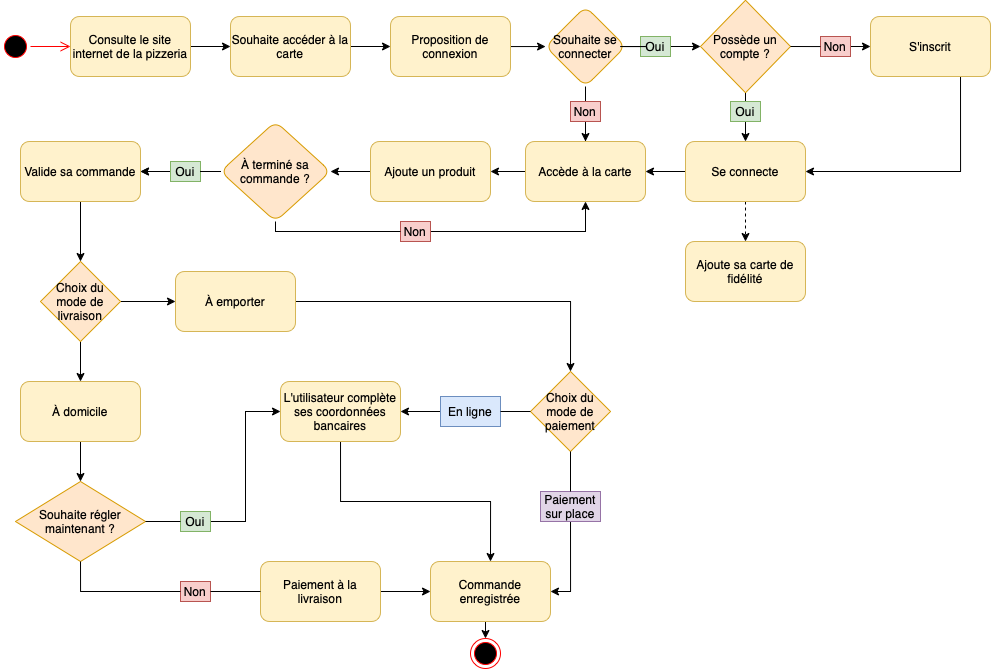
The draw.io diagram cycleviecommande.drawio.png in YvesC88/Project-6, before a commit. Source tidied: cells renumbered, new cells last; positions are measured from the earlier drawing's top-left corner, leaving out a move shared by most shapes.
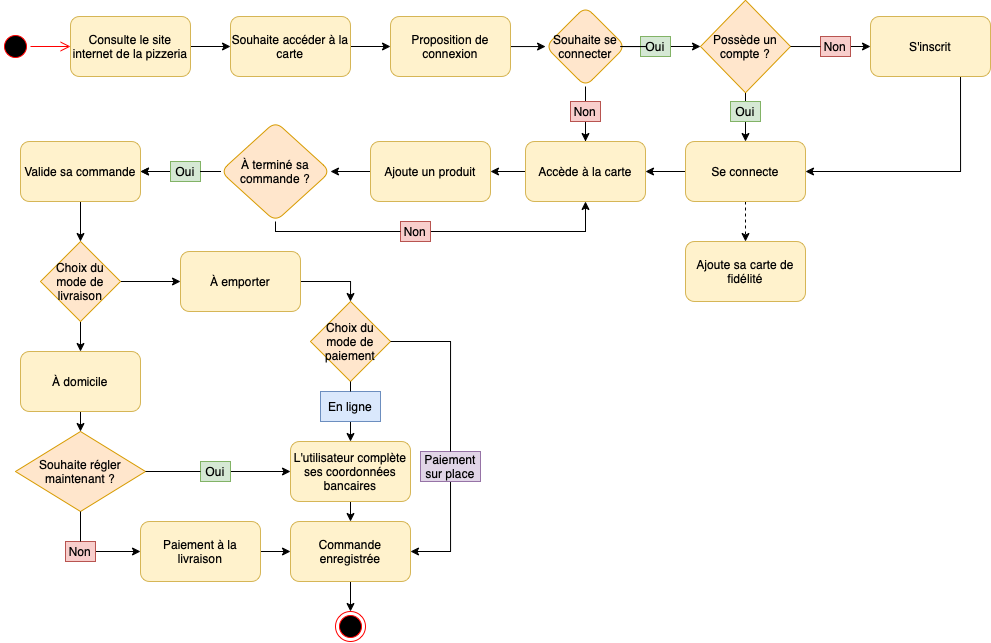
The same diagram one commit later.

Commit message:
changes on the diagram "order lifecycle"

Change to the diagram source:
```diff
@@ -149,82 +149,86 @@
       <mxGeometry relative="1" as="geometry" />
     </mxCell>
     <mxCell id="46" style="edgeStyle=orthogonalEdgeStyle;rounded=0;jettySize=auto;html=1;exitX=1;exitY=0.5;exitDx=0;exitDy=0;entryX=0.5;entryY=0;entryDx=0;entryDy=0;endArrow=classic;endFill=1;" parent="1" edge="1" source="47" target="50">
-      <mxGeometry relative="1" as="geometry" />
+      <mxGeometry relative="1" as="geometry">
+        <Array as="points">
+          <mxPoint x="350" y="281" />
+        </Array>
+      </mxGeometry>
     </mxCell>
     <mxCell id="47" value="&lt;span&gt;À emporter&lt;/span&gt;" style="rounded=1;whiteSpace=wrap;html=1;fillColor=#fff2cc;strokeColor=#d6b656;" parent="1" vertex="1">
-      <mxGeometry x="175" y="271" width="120" height="60" as="geometry" />
+      <mxGeometry x="180" y="251" width="120" height="60" as="geometry" />
     </mxCell>
-    <mxCell id="48" style="edgeStyle=orthogonalEdgeStyle;rounded=0;jettySize=auto;html=1;exitX=0.5;exitY=1;exitDx=0;exitDy=0;entryX=1;entryY=0.5;entryDx=0;entryDy=0;endArrow=classic;endFill=1;startArrow=none;" parent="1" edge="1" source="67" target="56">
-      <mxGeometry relative="1" as="geometry" />
-    </mxCell>
-    <mxCell id="49" style="edgeStyle=orthogonalEdgeStyle;rounded=0;jettySize=auto;html=1;exitX=0;exitY=0.5;exitDx=0;exitDy=0;entryX=1;entryY=0.5;entryDx=0;entryDy=0;endArrow=classic;endFill=1;startArrow=none;" parent="1" edge="1" source="70" target="54">
+    <mxCell id="49" style="edgeStyle=orthogonalEdgeStyle;rounded=0;jettySize=auto;html=1;exitX=0.5;exitY=1;exitDx=0;exitDy=0;entryX=0.5;entryY=0;entryDx=0;entryDy=0;endArrow=classic;endFill=1;startArrow=none;" parent="1" edge="1" source="70" target="54">
       <mxGeometry relative="1" as="geometry" />
     </mxCell>
     <mxCell id="50" value="Choix du mode de paiement" style="rhombus;whiteSpace=wrap;html=1;fillColor=#ffe6cc;strokeColor=#d79b00;" parent="1" vertex="1">
-      <mxGeometry x="530" y="371" width="80" height="80" as="geometry" />
+      <mxGeometry x="310" y="301" width="80" height="80" as="geometry" />
     </mxCell>
     <mxCell id="51" style="edgeStyle=orthogonalEdgeStyle;rounded=0;jettySize=auto;html=1;exitX=0.5;exitY=1;exitDx=0;exitDy=0;entryX=0.5;entryY=0;entryDx=0;entryDy=0;endArrow=classic;endFill=1;" parent="1" edge="1" source="52" target="58">
       <mxGeometry relative="1" as="geometry" />
     </mxCell>
     <mxCell id="52" value="&lt;span&gt;À domicile&lt;/span&gt;" style="rounded=1;whiteSpace=wrap;html=1;fillColor=#fff2cc;strokeColor=#d6b656;" parent="1" vertex="1">
-      <mxGeometry x="20" y="381" width="120" height="60" as="geometry" />
+      <mxGeometry x="20" y="351" width="120" height="60" as="geometry" />
     </mxCell>
     <mxCell id="53" style="edgeStyle=orthogonalEdgeStyle;rounded=0;jettySize=auto;html=1;exitX=0.5;exitY=1;exitDx=0;exitDy=0;entryX=0.5;entryY=0;entryDx=0;entryDy=0;endArrow=classic;endFill=1;" parent="1" edge="1" source="54" target="56">
       <mxGeometry relative="1" as="geometry" />
     </mxCell>
     <mxCell id="54" value="L'utilisateur complète ses coordonnées bancaires" style="rounded=1;whiteSpace=wrap;html=1;fillColor=#fff2cc;strokeColor=#d6b656;" parent="1" vertex="1">
-      <mxGeometry x="280" y="381" width="120" height="60" as="geometry" />
+      <mxGeometry x="290" y="441" width="120" height="60" as="geometry" />
     </mxCell>
     <mxCell id="55" style="edgeStyle=orthogonalEdgeStyle;rounded=0;jettySize=auto;html=1;exitX=0.5;exitY=1;exitDx=0;exitDy=0;entryX=0.5;entryY=0;entryDx=0;entryDy=0;endArrow=classic;endFill=1;" parent="1" edge="1" source="56" target="57">
       <mxGeometry relative="1" as="geometry" />
     </mxCell>
     <mxCell id="56" value="Commande enregistrée" style="rounded=1;whiteSpace=wrap;html=1;fillColor=#fff2cc;strokeColor=#d6b656;" parent="1" vertex="1">
-      <mxGeometry x="430" y="561" width="120" height="60" as="geometry" />
+      <mxGeometry x="290" y="521" width="120" height="60" as="geometry" />
     </mxCell>
     <mxCell id="57" style="ellipse;html=1;shape=endState;fillColor=#000000;strokeColor=#ff0000;" parent="1" vertex="1">
-      <mxGeometry x="470" y="638" width="30" height="30" as="geometry" />
+      <mxGeometry x="335" y="611" width="30" height="30" as="geometry" />
     </mxCell>
+    <mxCell id="63" style="edgeStyle=orthogonalEdgeStyle;rounded=0;jettySize=auto;html=1;exitX=1;exitY=0.5;exitDx=0;exitDy=0;entryX=0;entryY=0.5;entryDx=0;entryDy=0;endArrow=classic;endFill=1;startArrow=none;" parent="1" edge="1" source="59" target="62">
+      <mxGeometry relative="1" as="geometry" />
+    </mxCell>
     <mxCell id="58" value="Souhaite régler maintenant ?" style="rhombus;whiteSpace=wrap;html=1;fillColor=#ffe6cc;strokeColor=#d79b00;" parent="1" vertex="1">
-      <mxGeometry x="15" y="481" width="130" height="80" as="geometry" />
+      <mxGeometry x="15" y="431" width="130" height="80" as="geometry" />
     </mxCell>
-    <mxCell id="59" value="Non" style="text;html=1;strokeColor=#b85450;fillColor=#f8cecc;align=center;verticalAlign=middle;whiteSpace=wrap;rounded=0;" parent="1" vertex="1">
-      <mxGeometry x="180" y="581" width="30" height="20" as="geometry" />
-    </mxCell>
-    <mxCell id="60" style="edgeStyle=orthogonalEdgeStyle;rounded=0;jettySize=auto;html=1;exitX=0.5;exitY=1;exitDx=0;exitDy=0;entryX=0;entryY=0.5;entryDx=0;entryDy=0;endArrow=none;endFill=1;" parent="1" edge="1" source="58" target="59">
-      <mxGeometry relative="1" as="geometry" />
-    </mxCell>
     <mxCell id="61" style="edgeStyle=orthogonalEdgeStyle;rounded=0;jettySize=auto;html=1;exitX=1;exitY=0.5;exitDx=0;exitDy=0;entryX=0;entryY=0.5;entryDx=0;entryDy=0;endArrow=classic;endFill=1;" parent="1" edge="1" source="62" target="56">
       <mxGeometry relative="1" as="geometry" />
     </mxCell>
     <mxCell id="62" value="&lt;span&gt;Paiement à la livraison&lt;/span&gt;" style="rounded=1;whiteSpace=wrap;html=1;fillColor=#fff2cc;strokeColor=#d6b656;" parent="1" vertex="1">
-      <mxGeometry x="260" y="561" width="120" height="60" as="geometry" />
+      <mxGeometry x="140" y="521" width="120" height="60" as="geometry" />
     </mxCell>
-    <mxCell id="63" style="edgeStyle=orthogonalEdgeStyle;rounded=0;jettySize=auto;html=1;exitX=1;exitY=0.5;exitDx=0;exitDy=0;entryX=0;entryY=0.5;entryDx=0;entryDy=0;endArrow=none;endFill=0;" parent="1" edge="1" source="59" target="62">
-      <mxGeometry relative="1" as="geometry" />
-    </mxCell>
     <mxCell id="64" style="edgeStyle=orthogonalEdgeStyle;rounded=0;jettySize=auto;html=1;exitX=1;exitY=0.5;exitDx=0;exitDy=0;entryX=0;entryY=0.5;entryDx=0;entryDy=0;endArrow=classic;endFill=1;" parent="1" edge="1" source="65" target="54">
       <mxGeometry relative="1" as="geometry" />
     </mxCell>
     <mxCell id="65" value="Oui" style="text;html=1;strokeColor=#82b366;fillColor=#d5e8d4;align=center;verticalAlign=middle;whiteSpace=wrap;rounded=0;" parent="1" vertex="1">
-      <mxGeometry x="180" y="511" width="30" height="20" as="geometry" />
+      <mxGeometry x="200" y="461" width="30" height="20" as="geometry" />
     </mxCell>
     <mxCell id="66" style="edgeStyle=orthogonalEdgeStyle;rounded=0;jettySize=auto;html=1;exitX=1;exitY=0.5;exitDx=0;exitDy=0;entryX=0;entryY=0.5;entryDx=0;entryDy=0;endArrow=none;endFill=1;startArrow=none;" parent="1" edge="1" source="58" target="65">
       <mxGeometry relative="1" as="geometry" />
     </mxCell>
-    <mxCell id="67" value="Paiement sur place" style="text;html=1;strokeColor=#9673a6;fillColor=#e1d5e7;align=center;verticalAlign=middle;whiteSpace=wrap;rounded=0;" parent="1" vertex="1">
-      <mxGeometry x="540" y="491" width="60" height="30" as="geometry" />
-    </mxCell>
-    <mxCell id="68" style="edgeStyle=orthogonalEdgeStyle;rounded=0;jettySize=auto;html=1;exitX=0.5;exitY=1;exitDx=0;exitDy=0;entryX=0.5;entryY=0;entryDx=0;entryDy=0;endArrow=none;endFill=1;" parent="1" edge="1" source="50" target="67">
-      <mxGeometry relative="1" as="geometry" />
-    </mxCell>
     <mxCell id="69" value="&lt;span&gt;Choix du mode de livraison&lt;/span&gt;" style="rhombus;whiteSpace=wrap;html=1;fillColor=#ffe6cc;strokeColor=#d79b00;" parent="1" vertex="1">
-      <mxGeometry x="40" y="261" width="80" height="80" as="geometry" />
+      <mxGeometry x="40" y="241" width="80" height="80" as="geometry" />
     </mxCell>
     <mxCell id="70" value="En ligne" style="text;html=1;strokeColor=#6c8ebf;fillColor=#dae8fc;align=center;verticalAlign=middle;whiteSpace=wrap;rounded=0;" parent="1" vertex="1">
-      <mxGeometry x="440" y="396" width="60" height="30" as="geometry" />
+      <mxGeometry x="320" y="391" width="60" height="30" as="geometry" />
     </mxCell>
-    <mxCell id="71" style="edgeStyle=orthogonalEdgeStyle;rounded=0;jettySize=auto;html=1;exitX=0;exitY=0.5;exitDx=0;exitDy=0;entryX=1;entryY=0.5;entryDx=0;entryDy=0;endArrow=none;endFill=1;" parent="1" edge="1" source="50" target="70">
+    <mxCell id="71" style="edgeStyle=orthogonalEdgeStyle;rounded=0;jettySize=auto;html=1;exitX=0.5;exitY=1;exitDx=0;exitDy=0;entryX=0.5;entryY=0;entryDx=0;entryDy=0;endArrow=none;endFill=1;" parent="1" edge="1" source="50" target="70">
       <mxGeometry relative="1" as="geometry" />
     </mxCell>
+    <mxCell id="59" value="Non" style="text;html=1;strokeColor=#b85450;fillColor=#f8cecc;align=center;verticalAlign=middle;whiteSpace=wrap;rounded=0;" parent="1" vertex="1">
+      <mxGeometry x="65" y="541" width="30" height="20" as="geometry" />
+    </mxCell>
+    <mxCell id="60" style="edgeStyle=orthogonalEdgeStyle;rounded=0;jettySize=auto;html=1;exitX=0.5;exitY=1;exitDx=0;exitDy=0;entryX=0.5;entryY=0;entryDx=0;entryDy=0;endArrow=none;endFill=1;" parent="1" edge="1" source="58" target="59">
+      <mxGeometry relative="1" as="geometry" />
+    </mxCell>
+    <mxCell id="48" style="edgeStyle=orthogonalEdgeStyle;rounded=0;jettySize=auto;html=1;exitX=0.5;exitY=1;exitDx=0;exitDy=0;entryX=1;entryY=0.5;entryDx=0;entryDy=0;endArrow=classic;endFill=1;" parent="1" edge="1" source="67" target="56">
+      <mxGeometry relative="1" as="geometry" />
+    </mxCell>
+    <mxCell id="67" value="Paiement sur place" style="text;html=1;strokeColor=#9673a6;fillColor=#e1d5e7;align=center;verticalAlign=middle;whiteSpace=wrap;rounded=0;" parent="1" vertex="1">
+      <mxGeometry x="420" y="451" width="60" height="30" as="geometry" />
+    </mxCell>
+    <mxCell id="68" style="edgeStyle=orthogonalEdgeStyle;rounded=0;jettySize=auto;html=1;exitX=1;exitY=0.5;exitDx=0;exitDy=0;entryX=0.5;entryY=0;entryDx=0;entryDy=0;endArrow=none;endFill=1;" parent="1" edge="1" source="50" target="67">
+      <mxGeometry relative="1" as="geometry" />
+    </mxCell>
   </root>
 </mxGraphModel>
```
